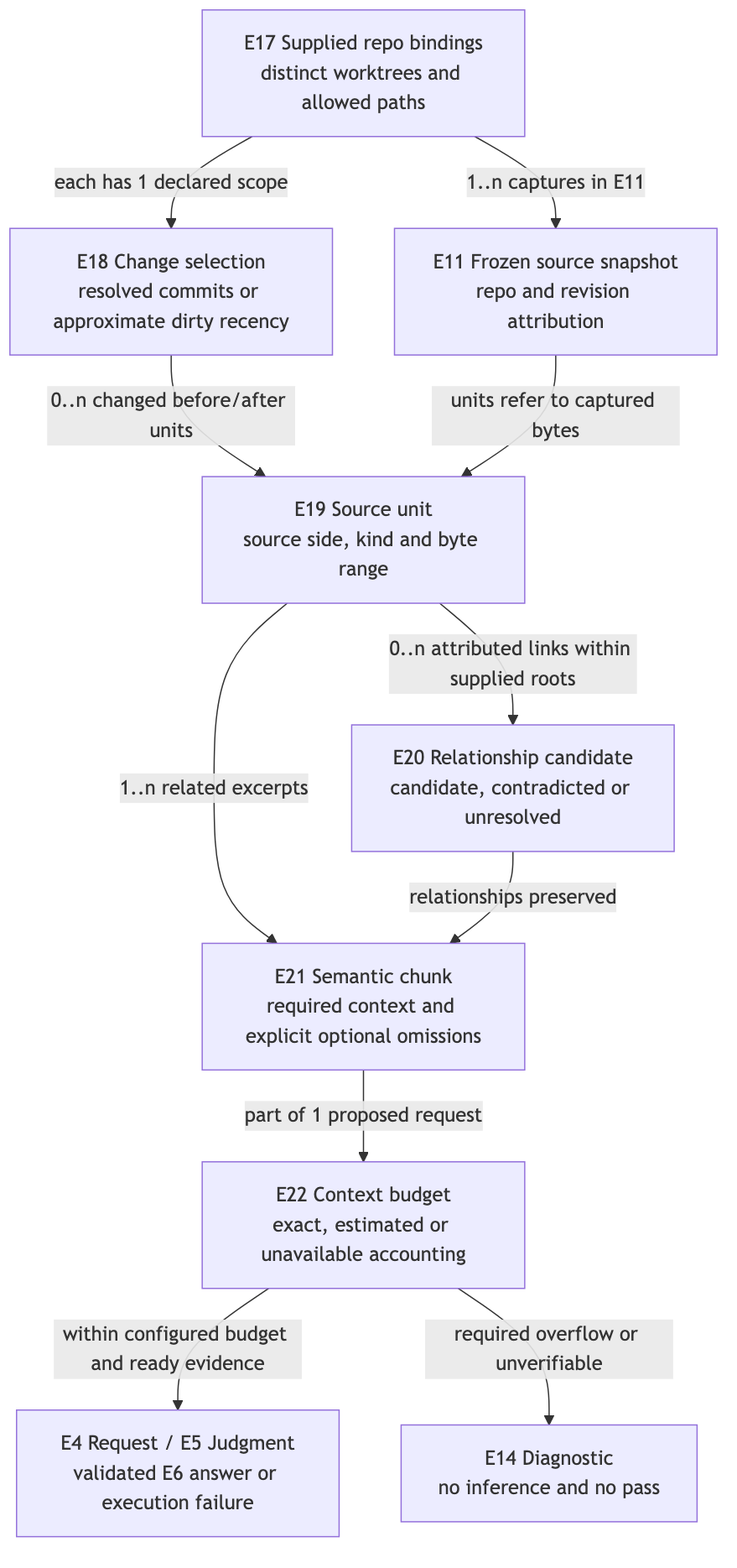
Earlier version of the Mermaid export docs/specs/2026-10-12-rust-rule-engine/assets/specification-change-journey.png (ShravanSunder/sunstack-tools). Its source is kept beside it as docs/specs/2026-10-12-rust-rule-engine/assets/specification-change-journey.mmd.
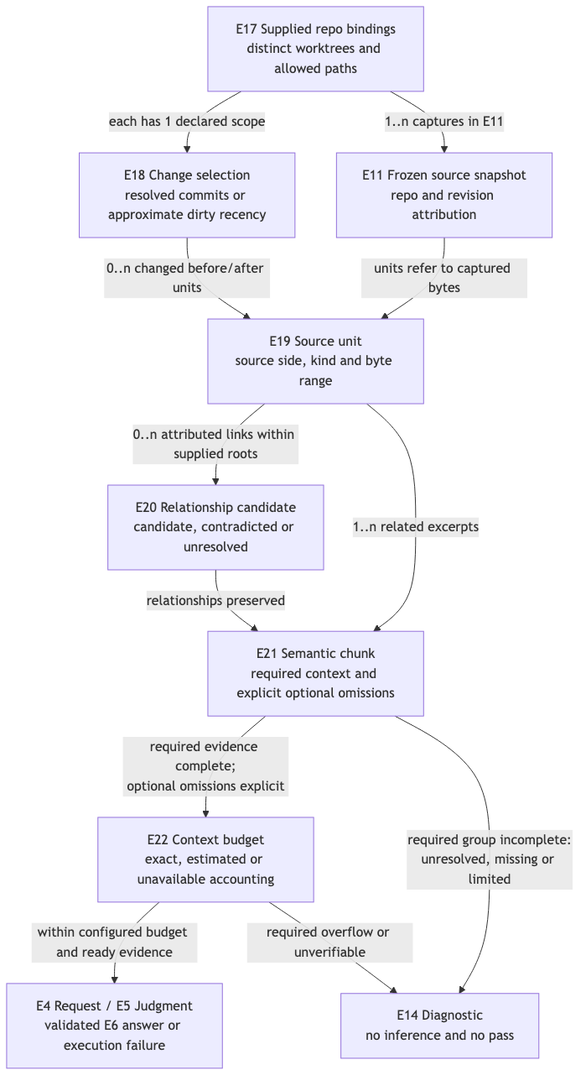
The same file after the commit.

Commit message:
docs: bind request admission and clarify evidence refusal

Change to the diagram source:
```diff
@@ -6,6 +6,7 @@
   Unit -->|"0..n attributed links within supplied roots"| Rel["E20 Relationship candidate<br/>candidate, contradicted or unresolved"]
   Unit -->|"1..n related excerpts"| Chunk["E21 Semantic chunk<br/>required context and explicit optional omissions"]
   Rel -->|"relationships preserved"| Chunk
-  Chunk -->|"part of 1 proposed request"| Budget["E22 Context budget<br/>exact, estimated or unavailable accounting"]
+  Chunk -->|"required evidence complete;<br/>optional omissions explicit"| Budget["E22 Context budget<br/>exact, estimated or unavailable accounting"]
+  Chunk -->|"required group incomplete:<br/>unresolved, missing or limited"| Failure["E14 Diagnostic<br/>no inference and no pass"]
   Budget -->|"within configured budget and ready evidence"| Judge["E4 Request / E5 Judgment<br/>validated E6 answer or execution failure"]
-  Budget -->|"required overflow or unverifiable"| Failure["E14 Diagnostic<br/>no inference and no pass"]
+  Budget -->|"required overflow or unverifiable"| Failure
```
